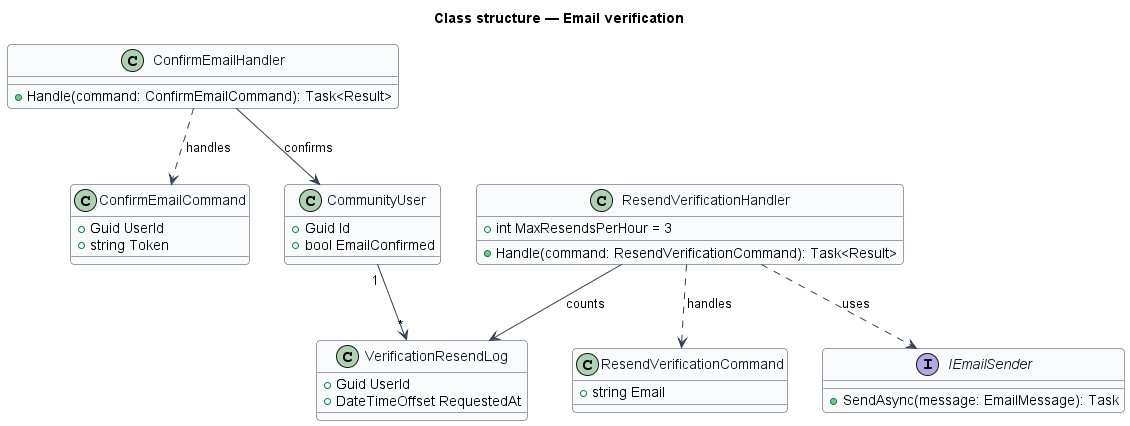
Earlier version of the PlantUML export docs/detailed-designs/identity/email-verification/diagrams/class-structure.png (QuinntyneBrown/faithtech-community). Source of this version:
```plantuml
@startuml
skinparam backgroundColor #FFFFFF
skinparam shadowing false
skinparam roundcorner 8
skinparam defaultFontName Arial
skinparam ArrowColor #344054
skinparam class {
  BorderColor #344054
  FontColor #101828
  BackgroundColor #F9FAFB
}
title Class structure — Email verification

class ConfirmEmailCommand {
  +Guid UserId
  +string Token
}
class ConfirmEmailHandler {
  +Handle(command: ConfirmEmailCommand): Task<Result>
}
class ResendVerificationCommand {
  +string Email
}
class ResendVerificationHandler {
  +int MaxResendsPerHour = 3
  +Handle(command: ResendVerificationCommand): Task<Result>
}
class VerificationResendLog {
  +Guid UserId
  +DateTimeOffset RequestedAt
}
class CommunityUser {
  +Guid Id
  +bool EmailConfirmed
}
interface IEmailSender {
  +SendAsync(message: EmailMessage): Task
}
ConfirmEmailHandler ..> ConfirmEmailCommand : handles
ConfirmEmailHandler --> CommunityUser : confirms
ResendVerificationHandler ..> ResendVerificationCommand : handles
ResendVerificationHandler --> VerificationResendLog : counts
ResendVerificationHandler ..> IEmailSender : uses
CommunityUser "1" --> "*" VerificationResendLog
@enduml
```
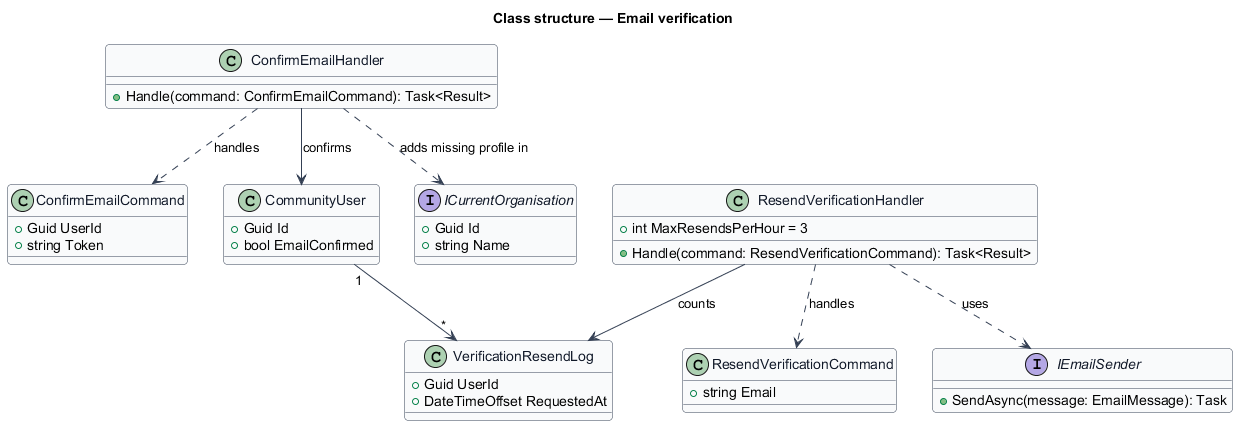
The same file after the commit.

What changed in the source:
```diff
@@ -33,11 +33,16 @@
   +Guid Id
   +bool EmailConfirmed
 }
+interface ICurrentOrganisation {
+  +Guid Id
+  +string Name
+}
 interface IEmailSender {
   +SendAsync(message: EmailMessage): Task
 }
 ConfirmEmailHandler ..> ConfirmEmailCommand : handles
 ConfirmEmailHandler --> CommunityUser : confirms
+ConfirmEmailHandler ..> ICurrentOrganisation : adds missing profile in
 ResendVerificationHandler ..> ResendVerificationCommand : handles
 ResendVerificationHandler --> VerificationResendLog : counts
 ResendVerificationHandler ..> IEmailSender : uses
```
